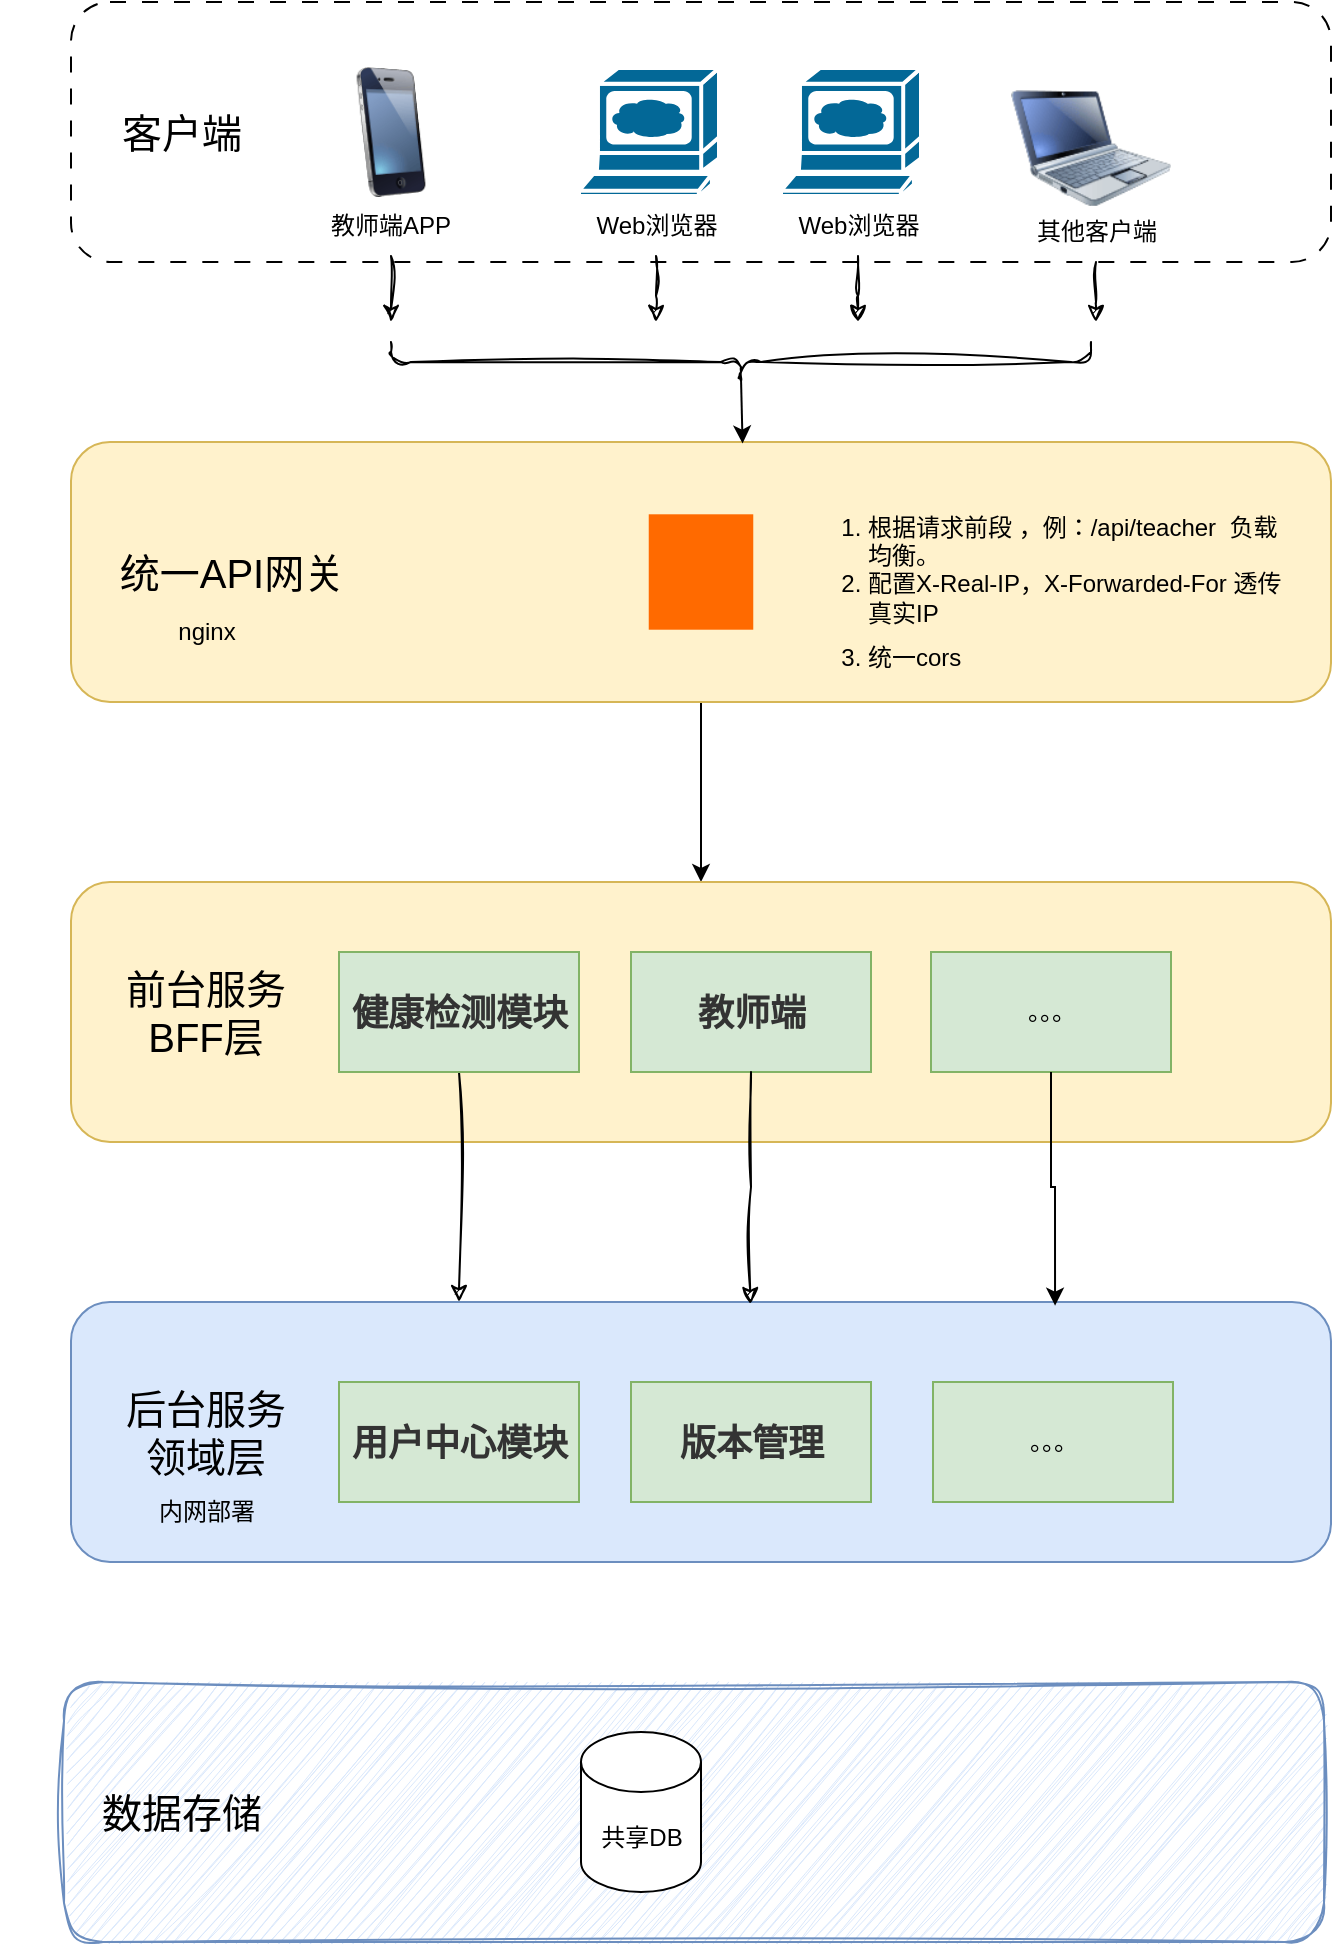
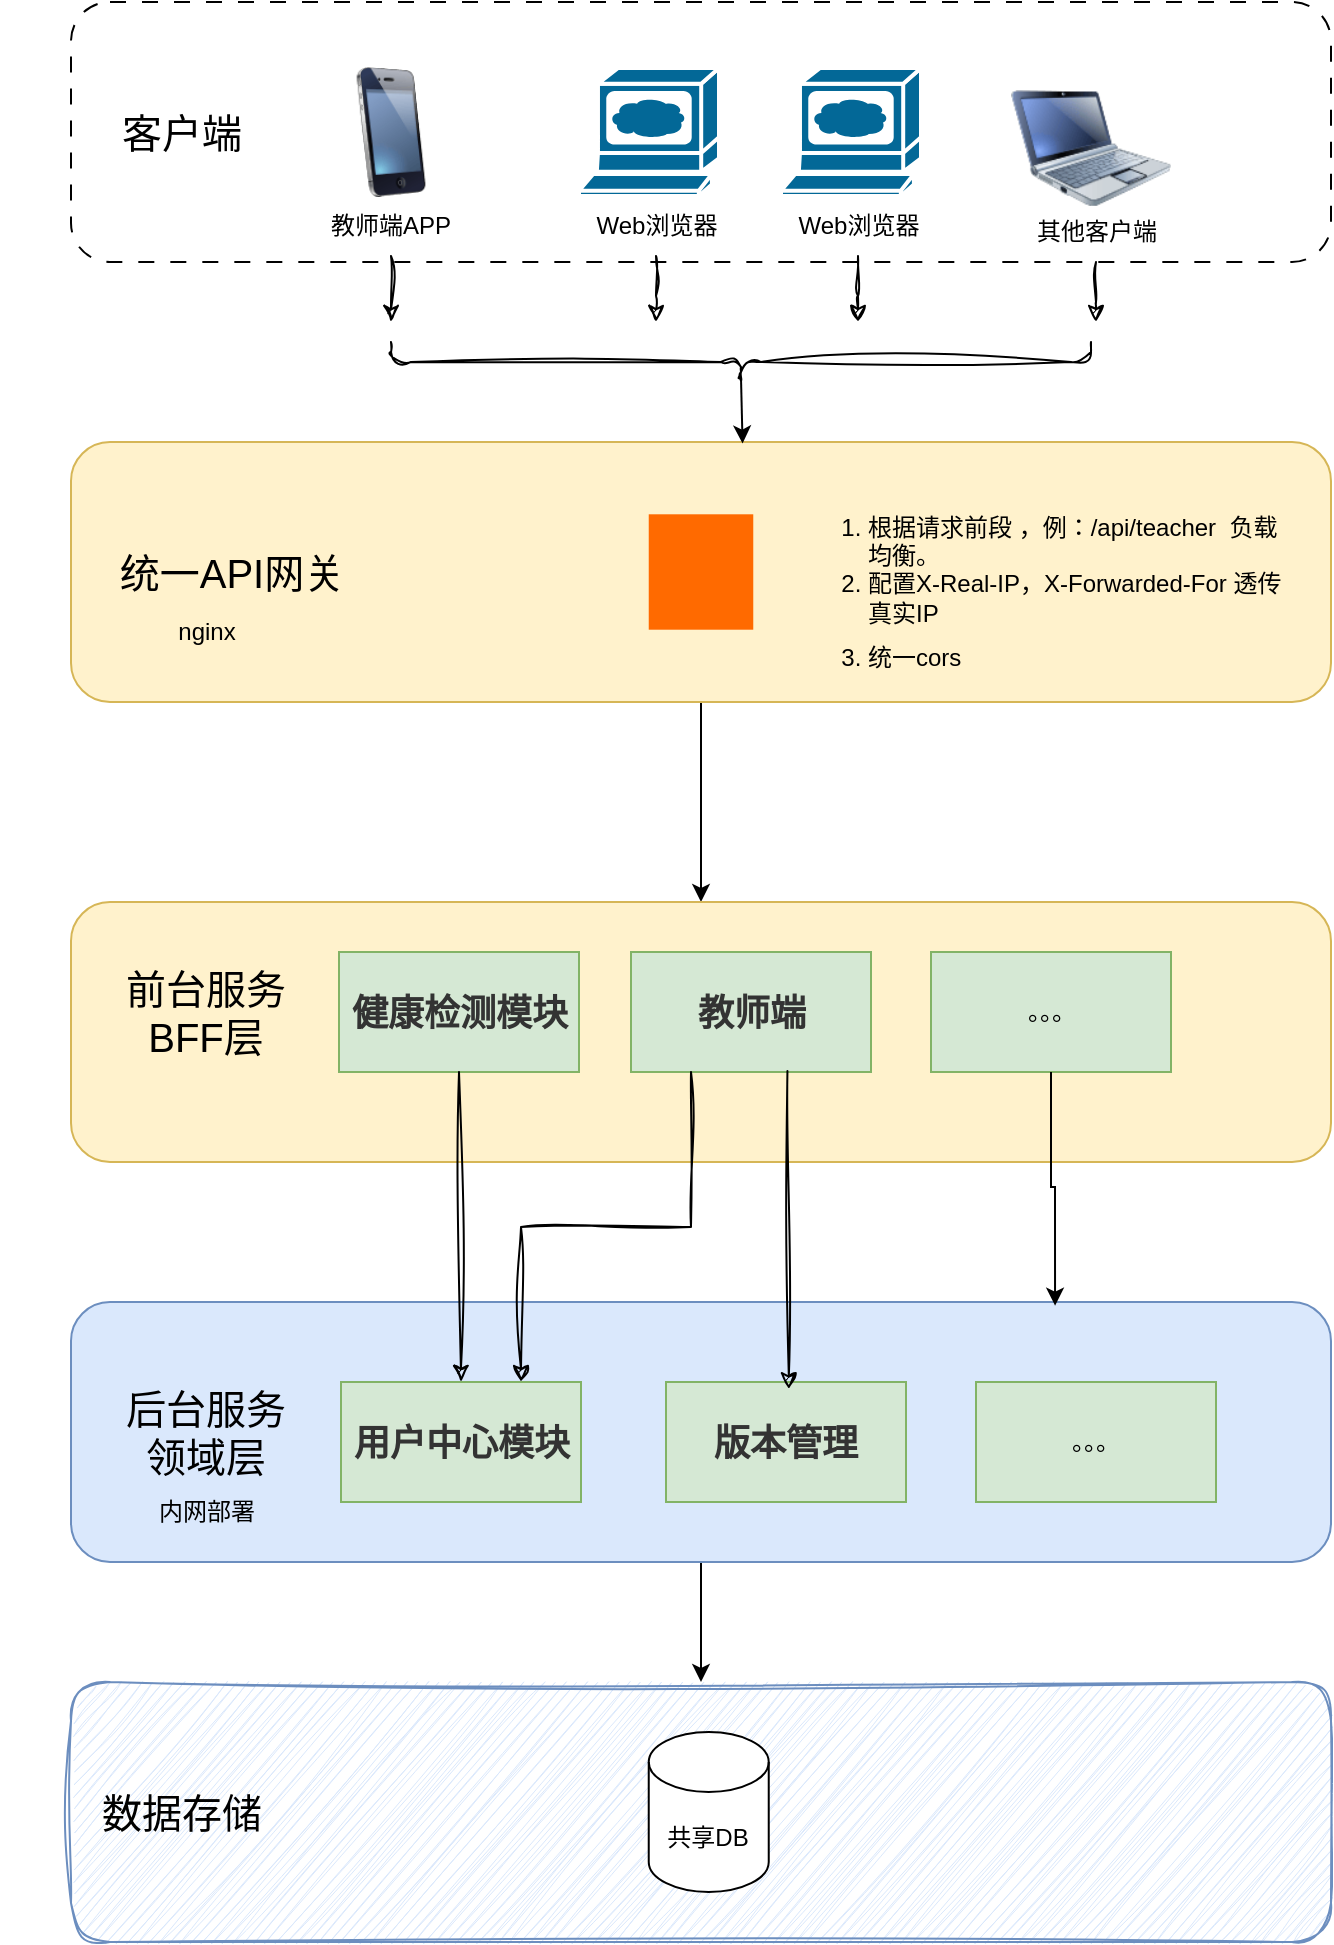
<mxfile host="app.diagrams.net" agent="5.0 (Windows NT 10.0; Win64; x64) AppleWebKit/537.36 (KHTML, like Gecko) Chrome/99.0.4844.51 Safari/537.36">
  <diagram id="piDafpqhtRUU5qUU-vj8" name="Page-1">
-     <mxGraphModel dx="1712" dy="919" grid="1" gridSize="10" guides="1" tooltips="1" connect="1" arrows="1" fold="1" page="1" pageScale="1" pageWidth="827" pageHeight="1169" background="none" math="0" shadow="0">
+     <mxGraphModel dx="1417" dy="761" grid="1" gridSize="10" guides="1" tooltips="1" connect="1" arrows="1" fold="1" page="1" pageScale="1" pageWidth="827" pageHeight="1169" background="none" math="0" shadow="0">
      <root>
        <mxCell id="0" />
        <mxCell id="1" parent="0" />
        <mxCell id="5cpTgLDWtTwDe1421ZuN-3" parent="1" style="rounded=1;whiteSpace=wrap;html=1;shadow=0;glass=0;dashed=1;dashPattern=8 8;" value="" vertex="1">
          <mxGeometry height="130" width="630" x="102.5" y="100" as="geometry" />
        </mxCell>
        <mxCell id="-MD85wsI__NYyljHFUac-2" parent="1" style="text;html=1;whiteSpace=wrap;strokeColor=none;fillColor=none;align=center;verticalAlign=middle;rounded=0;" value="&lt;font style=&quot;font-size: 20px;&quot;&gt;客户端&lt;/font&gt;" vertex="1">
          <mxGeometry height="30" width="70" x="122.5" y="150" as="geometry" />
        </mxCell>
        <mxCell id="-MD85wsI__NYyljHFUac-3" parent="1" style="sketch=0;html=1;pointerEvents=1;dashed=0;fillColor=#036897;strokeColor=#ffffff;strokeWidth=2;verticalLabelPosition=bottom;verticalAlign=top;align=center;outlineConnect=0;shape=mxgraph.cisco.computers_and_peripherals.web_browser;" value="" vertex="1">
          <mxGeometry height="64" width="70" x="356.5" y="133" as="geometry" />
        </mxCell>
        <mxCell id="-MD85wsI__NYyljHFUac-39" edge="1" parent="1" source="-MD85wsI__NYyljHFUac-4" style="edgeStyle=orthogonalEdgeStyle;rounded=0;orthogonalLoop=1;jettySize=auto;html=1;sketch=1;curveFitting=1;jiggle=2;">
          <mxGeometry relative="1" as="geometry">
            <mxPoint x="395.0000000000002" y="260.0000000000001" as="targetPoint" />
          </mxGeometry>
        </mxCell>
        <mxCell id="-MD85wsI__NYyljHFUac-4" parent="1" style="text;html=1;whiteSpace=wrap;strokeColor=none;fillColor=none;align=center;verticalAlign=middle;rounded=0;" value="Web浏览器" vertex="1">
          <mxGeometry height="30" width="75" x="357.5" y="197" as="geometry" />
        </mxCell>
        <mxCell id="-MD85wsI__NYyljHFUac-5" parent="1" style="sketch=0;html=1;pointerEvents=1;dashed=0;fillColor=#036897;strokeColor=#ffffff;strokeWidth=2;verticalLabelPosition=bottom;verticalAlign=top;align=center;outlineConnect=0;shape=mxgraph.cisco.computers_and_peripherals.web_browser;" value="" vertex="1">
          <mxGeometry height="64" width="70" x="457.5" y="133" as="geometry" />
        </mxCell>
        <mxCell id="-MD85wsI__NYyljHFUac-35" edge="1" parent="1" source="-MD85wsI__NYyljHFUac-6" style="edgeStyle=orthogonalEdgeStyle;rounded=0;orthogonalLoop=1;jettySize=auto;html=1;sketch=1;curveFitting=1;jiggle=2;">
          <mxGeometry relative="1" as="geometry">
            <mxPoint x="496" y="260.0000000000001" as="targetPoint" />
          </mxGeometry>
        </mxCell>
        <mxCell id="-MD85wsI__NYyljHFUac-6" parent="1" style="text;html=1;whiteSpace=wrap;strokeColor=none;fillColor=none;align=center;verticalAlign=middle;rounded=0;" value="Web浏览器" vertex="1">
          <mxGeometry height="30" width="75" x="458.5" y="197" as="geometry" />
        </mxCell>
        <mxCell id="-MD85wsI__NYyljHFUac-7" parent="1" style="image;html=1;image=img/lib/clip_art/computers/Netbook_128x128.png" value="" vertex="1">
          <mxGeometry height="80" width="80" x="572.5" y="133" as="geometry" />
        </mxCell>
        <mxCell id="-MD85wsI__NYyljHFUac-8" parent="1" style="image;html=1;image=img/lib/clip_art/telecommunication/iPhone_128x128.png" value="" vertex="1">
          <mxGeometry height="65" width="80" x="222.5" y="132.5" as="geometry" />
        </mxCell>
        <mxCell id="-MD85wsI__NYyljHFUac-34" edge="1" parent="1" source="-MD85wsI__NYyljHFUac-9" style="edgeStyle=orthogonalEdgeStyle;rounded=0;orthogonalLoop=1;jettySize=auto;html=1;exitX=0.5;exitY=1;exitDx=0;exitDy=0;sketch=1;curveFitting=1;jiggle=2;">
          <mxGeometry relative="1" as="geometry">
            <mxPoint x="262.5" y="260" as="targetPoint" />
          </mxGeometry>
        </mxCell>
        <mxCell id="-MD85wsI__NYyljHFUac-9" parent="1" style="text;html=1;whiteSpace=wrap;strokeColor=none;fillColor=none;align=center;verticalAlign=middle;rounded=0;" value="教师端APP" vertex="1">
          <mxGeometry height="30" width="75" x="225" y="197" as="geometry" />
        </mxCell>
        <mxCell id="-MD85wsI__NYyljHFUac-36" edge="1" parent="1" source="-MD85wsI__NYyljHFUac-10" style="edgeStyle=orthogonalEdgeStyle;rounded=0;orthogonalLoop=1;jettySize=auto;html=1;sketch=1;curveFitting=1;jiggle=2;">
          <mxGeometry relative="1" as="geometry">
            <mxPoint x="615.0000000000002" y="260.0000000000001" as="targetPoint" />
          </mxGeometry>
        </mxCell>
        <mxCell id="-MD85wsI__NYyljHFUac-10" parent="1" style="text;html=1;whiteSpace=wrap;strokeColor=none;fillColor=none;align=center;verticalAlign=middle;rounded=0;" value="其他客户端" vertex="1">
          <mxGeometry height="30" width="75" x="577.5" y="200" as="geometry" />
        </mxCell>
        <mxCell id="-MD85wsI__NYyljHFUac-23" edge="1" parent="1" source="-MD85wsI__NYyljHFUac-11" style="edgeStyle=orthogonalEdgeStyle;rounded=0;orthogonalLoop=1;jettySize=auto;html=1;exitX=0.5;exitY=1;exitDx=0;exitDy=0;entryX=0.5;entryY=0;entryDx=0;entryDy=0;" target="-MD85wsI__NYyljHFUac-22">
          <mxGeometry relative="1" as="geometry" />
        </mxCell>
        <mxCell id="-MD85wsI__NYyljHFUac-11" parent="1" style="rounded=1;whiteSpace=wrap;html=1;shadow=0;glass=0;fillColor=#fff2cc;strokeColor=#d6b656;" value="" vertex="1">
          <mxGeometry height="130" width="630" x="102.5" y="320" as="geometry" />
        </mxCell>
        <mxCell id="-MD85wsI__NYyljHFUac-13" parent="1" style="text;html=1;whiteSpace=wrap;strokeColor=none;fillColor=none;align=center;verticalAlign=middle;rounded=0;" value="&lt;span style=&quot;font-size: 20px;&quot;&gt;统一API网关&lt;/span&gt;" vertex="1">
          <mxGeometry height="30" width="180" x="92.5" y="370" as="geometry" />
        </mxCell>
        <mxCell id="-MD85wsI__NYyljHFUac-14" parent="1" style="text;html=1;whiteSpace=wrap;strokeColor=none;fillColor=none;align=center;verticalAlign=middle;rounded=0;" value="nginx" vertex="1">
          <mxGeometry height="30" width="75" x="132.5" y="400" as="geometry" />
        </mxCell>
        <mxCell id="-MD85wsI__NYyljHFUac-20" parent="1" style="points=[];aspect=fixed;html=1;align=center;shadow=0;dashed=0;fillColor=#FF6A00;strokeColor=none;shape=mxgraph.alibaba_cloud.ehpc_elastic_high_performance_computing;" value="" vertex="1">
          <mxGeometry height="57.7" width="52.26" x="391.37" y="356.15" as="geometry" />
        </mxCell>
        <mxCell id="-MD85wsI__NYyljHFUac-21" parent="1" style="text;html=1;whiteSpace=wrap;strokeColor=none;fillColor=none;align=left;verticalAlign=middle;rounded=0;" value="&lt;ol&gt;&lt;li&gt;&lt;span style=&quot;background-color: transparent; color: light-dark(rgb(0, 0, 0), rgb(255, 255, 255));&quot;&gt;根据请求前段 ，例：/api/teacher&amp;nbsp; 负载均衡。&lt;/span&gt;&lt;/li&gt;&lt;li class=&quot;md-list-item md-focus-container&quot; style=&quot;box-sizing: border-box; margin: 0px; position: relative;&quot;&gt;&lt;p class=&quot;md-end-block md-p md-focus&quot; style=&quot;box-sizing: border-box; line-height: inherit; orphans: 4; margin: 0px 0px 0.5rem; white-space: pre-wrap; position: relative;&quot;&gt;&lt;span class=&quot;md-plain md-expand&quot; style=&quot;box-sizing: border-box;&quot;&gt;配置X-Real-IP，X-Forwarded-For 透传真实IP&lt;/span&gt;&lt;/p&gt;&lt;/li&gt;&lt;li class=&quot;md-list-item md-focus-container&quot; style=&quot;box-sizing: border-box; margin: 0px; position: relative;&quot;&gt;&lt;p class=&quot;md-end-block md-p md-focus&quot; style=&quot;box-sizing: border-box; line-height: inherit; orphans: 4; margin: 0px 0px 0.5rem; white-space: pre-wrap; position: relative;&quot;&gt;统一cors&lt;/p&gt;&lt;/li&gt;&lt;/ol&gt;" vertex="1">
          <mxGeometry height="90" width="254" x="458.5" y="350" as="geometry" />
        </mxCell>
        <mxCell id="-MD85wsI__NYyljHFUac-22" parent="1" style="rounded=1;whiteSpace=wrap;html=1;shadow=0;glass=0;fillColor=#fff2cc;strokeColor=#d6b656;" value="" vertex="1">
-           <mxGeometry height="130" width="630" x="102.5" y="540" as="geometry" />
+           <mxGeometry height="130" width="630" x="102.5" y="550" as="geometry" />
        </mxCell>
        <mxCell id="-MD85wsI__NYyljHFUac-24" parent="1" style="text;html=1;whiteSpace=wrap;strokeColor=none;fillColor=none;align=center;verticalAlign=middle;rounded=0;" value="&lt;span style=&quot;font-size: 20px;&quot;&gt;前台服务&lt;/span&gt;&lt;div&gt;&lt;span style=&quot;font-size: 20px;&quot;&gt;BFF层&lt;/span&gt;&lt;/div&gt;" vertex="1">
          <mxGeometry height="60" width="180" x="80" y="575" as="geometry" />
-         </mxCell>
-         <mxCell id="-MD85wsI__NYyljHFUac-41" edge="1" parent="1" source="-MD85wsI__NYyljHFUac-25" style="edgeStyle=orthogonalEdgeStyle;rounded=0;orthogonalLoop=1;jettySize=auto;html=1;sketch=1;curveFitting=1;jiggle=2;" target="-MD85wsI__NYyljHFUac-28" value="">
-           <mxGeometry relative="1" as="geometry">
-             <Array as="points">
-               <mxPoint x="296.5" y="790" />
-               <mxPoint x="296.5" y="790" />
-             </Array>
-           </mxGeometry>
        </mxCell>
        <mxCell id="-MD85wsI__NYyljHFUac-25" parent="1" style="rounded=0;whiteSpace=wrap;html=1;fillColor=#d5e8d4;strokeColor=#82b366;" value="&lt;h3 class=&quot;md-end-block md-heading&quot; style=&quot;box-sizing: border-box; break-after: avoid-page; break-inside: avoid; orphans: 4; font-size: 1.5em; margin-top: 1rem; margin-bottom: 1rem; position: relative; line-height: 1.43; cursor: text; white-space: pre-wrap; color: rgb(51, 51, 51); font-family: &amp;quot;Open Sans&amp;quot;, &amp;quot;Clear Sans&amp;quot;, &amp;quot;Helvetica Neue&amp;quot;, Helvetica, Arial, &amp;quot;Segoe UI Emoji&amp;quot;, sans-serif; text-align: start;&quot;&gt;&lt;span class=&quot;md-plain&quot; style=&quot;box-sizing: border-box;&quot;&gt;健康检测模块&lt;/span&gt;&lt;/h3&gt;" vertex="1">
          <mxGeometry height="60" width="120" x="236.5" y="575" as="geometry" />
        </mxCell>
        <mxCell id="-MD85wsI__NYyljHFUac-26" parent="1" style="rounded=0;whiteSpace=wrap;html=1;fillColor=#d5e8d4;strokeColor=#82b366;" value="&lt;h3 class=&quot;md-end-block md-heading&quot; style=&quot;box-sizing: border-box; break-after: avoid-page; break-inside: avoid; orphans: 4; font-size: 1.5em; margin-top: 1rem; margin-bottom: 1rem; position: relative; line-height: 1.43; cursor: text; white-space: pre-wrap; outline: 0px; box-shadow: none; color: rgb(51, 51, 51); font-family: &amp;quot;Open Sans&amp;quot;, &amp;quot;Clear Sans&amp;quot;, &amp;quot;Helvetica Neue&amp;quot;, Helvetica, Arial, &amp;quot;Segoe UI Emoji&amp;quot;, sans-serif; text-align: start;&quot;&gt;&lt;span class=&quot;md-plain&quot; style=&quot;box-sizing: border-box;&quot;&gt;教师端&lt;/span&gt;&lt;/h3&gt;" vertex="1">
          <mxGeometry height="60" width="120" x="382.5" y="575" as="geometry" />
        </mxCell>
        <mxCell id="-MD85wsI__NYyljHFUac-27" parent="1" style="rounded=0;whiteSpace=wrap;html=1;fillColor=#d5e8d4;strokeColor=#82b366;" value="。。。" vertex="1">
          <mxGeometry height="60" width="120" x="532.5" y="575" as="geometry" />
+         </mxCell>
+         <mxCell id="-MD85wsI__NYyljHFUac-48" edge="1" parent="1" source="-MD85wsI__NYyljHFUac-28" style="edgeStyle=orthogonalEdgeStyle;rounded=0;orthogonalLoop=1;jettySize=auto;html=1;exitX=0.5;exitY=1;exitDx=0;exitDy=0;entryX=0.5;entryY=0;entryDx=0;entryDy=0;" target="-MD85wsI__NYyljHFUac-45">
+           <mxGeometry relative="1" as="geometry" />
        </mxCell>
        <mxCell id="-MD85wsI__NYyljHFUac-28" parent="1" style="rounded=1;whiteSpace=wrap;html=1;shadow=0;glass=0;fillColor=#dae8fc;strokeColor=#6c8ebf;" value="" vertex="1">
          <mxGeometry height="130" width="630" x="102.5" y="750" as="geometry" />
        </mxCell>
        <mxCell id="-MD85wsI__NYyljHFUac-29" parent="1" style="text;html=1;whiteSpace=wrap;strokeColor=none;fillColor=none;align=center;verticalAlign=middle;rounded=0;" value="&lt;span style=&quot;font-size: 20px;&quot;&gt;后台服务&lt;/span&gt;&lt;div&gt;&lt;span style=&quot;font-size: 20px;&quot;&gt;领域层&lt;/span&gt;&lt;/div&gt;" vertex="1">
          <mxGeometry height="60" width="180" x="80" y="785" as="geometry" />
        </mxCell>
        <mxCell id="-MD85wsI__NYyljHFUac-30" parent="1" style="text;html=1;whiteSpace=wrap;strokeColor=none;fillColor=none;align=center;verticalAlign=middle;rounded=0;" value="内网部署" vertex="1">
          <mxGeometry height="30" width="75" x="132.5" y="840" as="geometry" />
        </mxCell>
        <mxCell id="-MD85wsI__NYyljHFUac-31" parent="1" style="rounded=0;whiteSpace=wrap;html=1;fillColor=#d5e8d4;strokeColor=#82b366;" value="&lt;h3 class=&quot;md-end-block md-heading&quot; style=&quot;box-sizing: border-box; break-after: avoid-page; break-inside: avoid; orphans: 4; font-size: 1.5em; margin-top: 1rem; margin-bottom: 1rem; position: relative; line-height: 1.43; cursor: text; white-space: pre-wrap; color: rgb(51, 51, 51); font-family: &amp;quot;Open Sans&amp;quot;, &amp;quot;Clear Sans&amp;quot;, &amp;quot;Helvetica Neue&amp;quot;, Helvetica, Arial, &amp;quot;Segoe UI Emoji&amp;quot;, sans-serif; text-align: start;&quot;&gt;&lt;span class=&quot;md-plain&quot; style=&quot;box-sizing: border-box;&quot;&gt;用户中心模块&lt;/span&gt;&lt;/h3&gt;" vertex="1">
-           <mxGeometry height="60" width="120" x="236.5" y="790" as="geometry" />
+           <mxGeometry height="60" width="120" x="237.5" y="790" as="geometry" />
        </mxCell>
        <mxCell id="-MD85wsI__NYyljHFUac-32" parent="1" style="rounded=0;whiteSpace=wrap;html=1;fillColor=#d5e8d4;strokeColor=#82b366;" value="&lt;h3 class=&quot;md-end-block md-heading&quot; style=&quot;box-sizing: border-box; break-after: avoid-page; break-inside: avoid; orphans: 4; font-size: 1.5em; margin-top: 1rem; margin-bottom: 1rem; position: relative; line-height: 1.43; cursor: text; white-space: pre-wrap; color: rgb(51, 51, 51); font-family: &amp;quot;Open Sans&amp;quot;, &amp;quot;Clear Sans&amp;quot;, &amp;quot;Helvetica Neue&amp;quot;, Helvetica, Arial, &amp;quot;Segoe UI Emoji&amp;quot;, sans-serif; text-align: start;&quot;&gt;版本管理&lt;/h3&gt;" vertex="1">
-           <mxGeometry height="60" width="120" x="382.5" y="790" as="geometry" />
+           <mxGeometry height="60" width="120" x="400" y="790" as="geometry" />
        </mxCell>
        <mxCell id="-MD85wsI__NYyljHFUac-33" parent="1" style="rounded=0;whiteSpace=wrap;html=1;fillColor=#d5e8d4;strokeColor=#82b366;" value="。。。" vertex="1">
-           <mxGeometry height="60" width="120" x="533.5" y="790" as="geometry" />
+           <mxGeometry height="60" width="120" x="555" y="790" as="geometry" />
        </mxCell>
        <mxCell id="-MD85wsI__NYyljHFUac-37" parent="1" style="shape=curlyBracket;whiteSpace=wrap;html=1;rounded=1;flipH=1;labelPosition=right;verticalLabelPosition=middle;align=left;verticalAlign=middle;legacyAnchorPoints=0;rotation=90;sketch=1;curveFitting=1;jiggle=2;" value="" vertex="1">
          <mxGeometry height="350" width="20" x="427.5" y="105" as="geometry" />
        </mxCell>
        <mxCell id="-MD85wsI__NYyljHFUac-40" edge="1" parent="1" source="-MD85wsI__NYyljHFUac-37" style="edgeStyle=orthogonalEdgeStyle;rounded=0;orthogonalLoop=1;jettySize=auto;html=1;exitX=0.1;exitY=0.5;exitDx=0;exitDy=0;exitPerimeter=0;entryX=0.533;entryY=0.006;entryDx=0;entryDy=0;entryPerimeter=0;" target="-MD85wsI__NYyljHFUac-11">
-           <mxGeometry relative="1" as="geometry" />
-         </mxCell>
-         <mxCell id="-MD85wsI__NYyljHFUac-43" edge="1" parent="1" source="-MD85wsI__NYyljHFUac-26" style="edgeStyle=orthogonalEdgeStyle;rounded=0;orthogonalLoop=1;jettySize=auto;html=1;entryX=0.539;entryY=0.008;entryDx=0;entryDy=0;entryPerimeter=0;sketch=1;curveFitting=1;jiggle=2;" target="-MD85wsI__NYyljHFUac-28">
          <mxGeometry relative="1" as="geometry" />
        </mxCell>
        <mxCell id="-MD85wsI__NYyljHFUac-44" edge="1" parent="1" source="-MD85wsI__NYyljHFUac-27" style="edgeStyle=orthogonalEdgeStyle;rounded=0;orthogonalLoop=1;jettySize=auto;html=1;entryX=0.781;entryY=0.014;entryDx=0;entryDy=0;entryPerimeter=0;" target="-MD85wsI__NYyljHFUac-28">
          <mxGeometry relative="1" as="geometry">
            <mxPoint x="592.5" y="740" as="targetPoint" />
          </mxGeometry>
        </mxCell>
        <mxCell id="-MD85wsI__NYyljHFUac-45" parent="1" style="rounded=1;whiteSpace=wrap;html=1;shadow=0;glass=0;sketch=1;curveFitting=1;jiggle=2;fillColor=#dae8fc;strokeColor=#6c8ebf;" value="" vertex="1">
-           <mxGeometry height="130" width="630" x="99" y="940" as="geometry" />
+           <mxGeometry height="130" width="630" x="102.5" y="940" as="geometry" />
        </mxCell>
        <mxCell id="-MD85wsI__NYyljHFUac-46" parent="1" style="shape=cylinder3;whiteSpace=wrap;html=1;boundedLbl=1;backgroundOutline=1;size=15;" value="共享DB" vertex="1">
-           <mxGeometry height="80" width="60" x="357.5" y="965" as="geometry" />
+           <mxGeometry height="80" width="60" x="391.37" y="965" as="geometry" />
        </mxCell>
        <mxCell id="-MD85wsI__NYyljHFUac-47" parent="1" style="text;html=1;whiteSpace=wrap;strokeColor=none;fillColor=none;align=center;verticalAlign=middle;rounded=0;" value="&lt;span style=&quot;font-size: 20px;&quot;&gt;数据存储&lt;/span&gt;" vertex="1">
          <mxGeometry height="30" width="180" x="67.5" y="990" as="geometry" />
+         </mxCell>
+         <mxCell id="-MD85wsI__NYyljHFUac-52" edge="1" parent="1" source="-MD85wsI__NYyljHFUac-25" style="endArrow=classic;html=1;rounded=0;entryX=0.5;entryY=0;entryDx=0;entryDy=0;exitX=0.5;exitY=1;exitDx=0;exitDy=0;sketch=1;curveFitting=1;jiggle=2;" target="-MD85wsI__NYyljHFUac-31" value="">
+           <mxGeometry height="50" relative="1" width="50" as="geometry">
+             <mxPoint x="100" y="750" as="sourcePoint" />
+             <mxPoint x="150" y="700" as="targetPoint" />
+           </mxGeometry>
+         </mxCell>
+         <mxCell id="-MD85wsI__NYyljHFUac-55" edge="1" parent="1" source="-MD85wsI__NYyljHFUac-26" style="edgeStyle=orthogonalEdgeStyle;rounded=0;orthogonalLoop=1;jettySize=auto;html=1;exitX=0.25;exitY=1;exitDx=0;exitDy=0;entryX=0.75;entryY=0;entryDx=0;entryDy=0;sketch=1;curveFitting=1;jiggle=2;" target="-MD85wsI__NYyljHFUac-31">
+           <mxGeometry relative="1" as="geometry" />
+         </mxCell>
+         <mxCell id="-MD85wsI__NYyljHFUac-58" edge="1" parent="1" style="endArrow=classic;html=1;rounded=0;exitX=0.631;exitY=0.992;exitDx=0;exitDy=0;exitPerimeter=0;entryX=0.512;entryY=0.06;entryDx=0;entryDy=0;entryPerimeter=0;sketch=1;curveFitting=1;jiggle=2;" target="-MD85wsI__NYyljHFUac-32" value="">
+           <mxGeometry height="50" relative="1" width="50" as="geometry">
+             <mxPoint x="460.72" y="634.52" as="sourcePoint" />
+             <mxPoint x="503" y="690" as="targetPoint" />
+           </mxGeometry>
        </mxCell>
      </root>
    </mxGraphModel>
  </diagram>
</mxfile>
